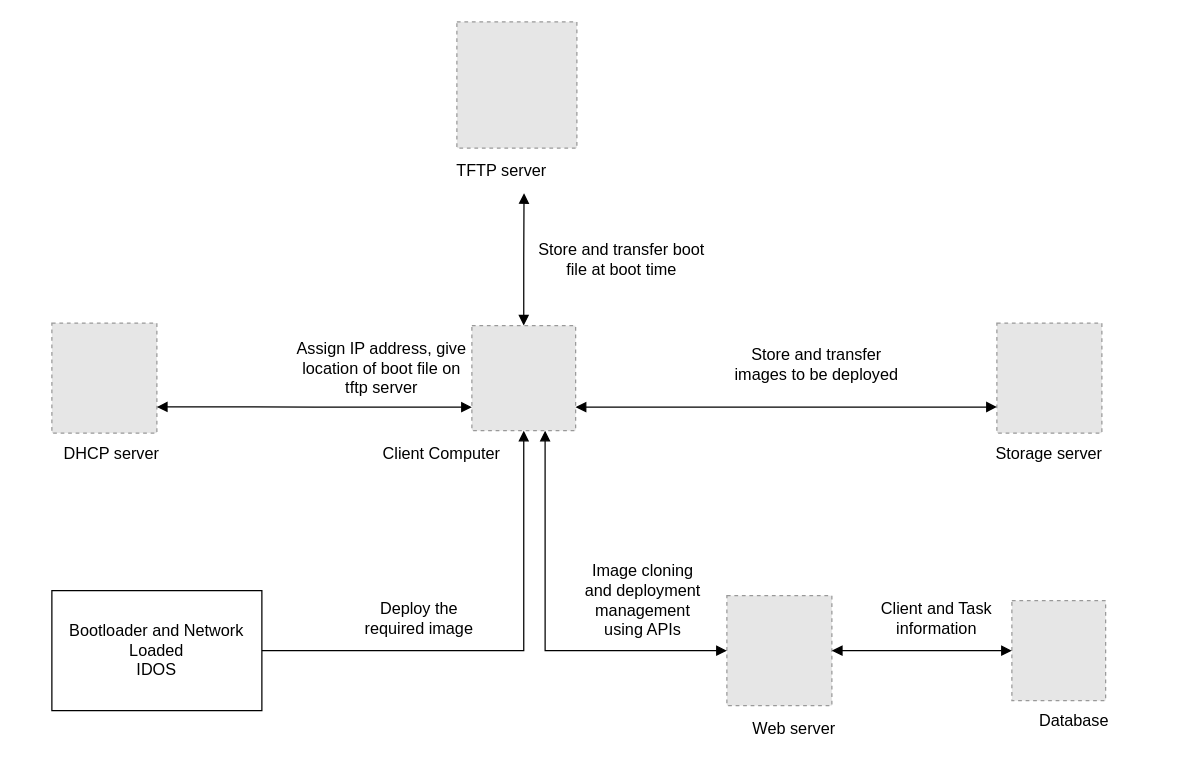
The draw.io diagram diagrams/Basic system architecture .drawio in abhi4578/Major-Project-report, before the edit. Source tidied: cells renumbered, new cells numbered last; positions are measured from the earlier drawing's top-left corner, leaving out a move shared by most shapes. Both pictures are drawn from the tidied source at 125%, with x=0, y=0 at pixel (21, 21). Pictures stored in the file or linked from it are replaced by grey dashed boxes.
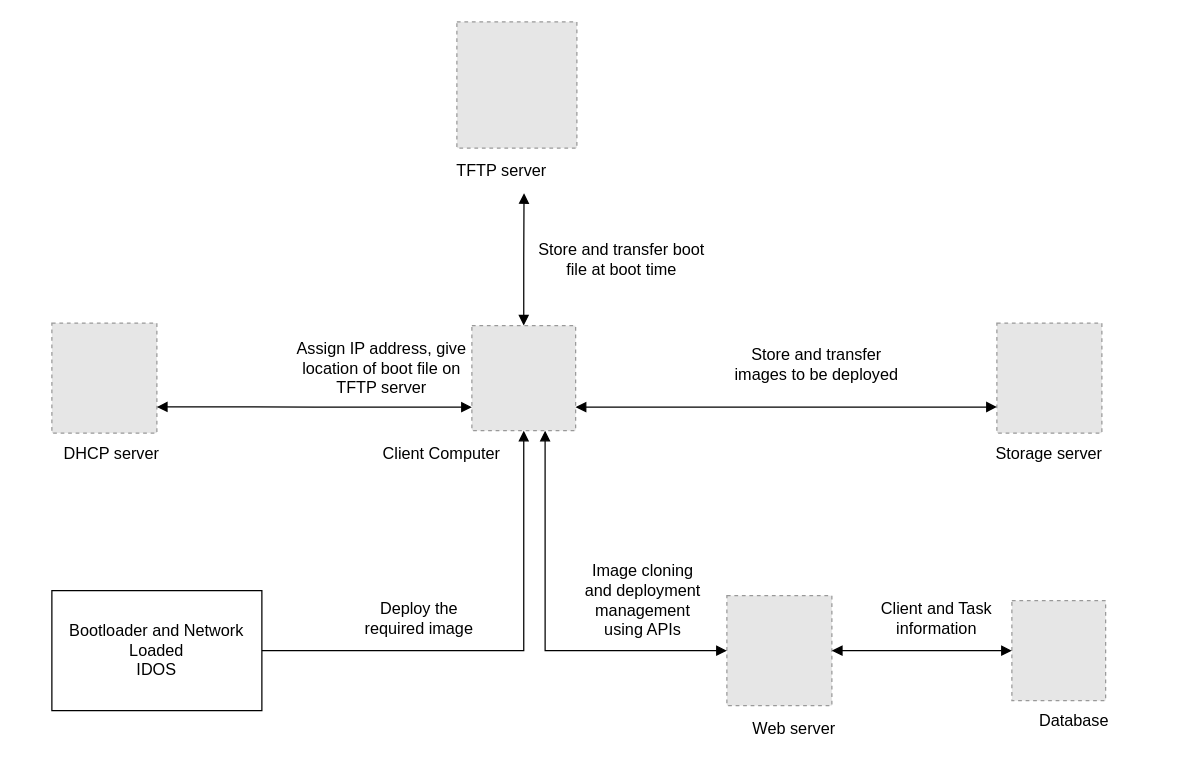
The same page after the edit.

Diff of the diagram source:
```diff
@@
-    <mxCell id="11" value="Assign IP address, give location of boot file on tftp server" style="html=1;whiteSpace=wrap;fontSize=13;fontColor=#000000;spacing=3;strokeOpacity=0;fillOpacity=0;fillColor=#ffffff;" parent="1" vertex="1">
+    <mxCell id="11" value="Assign IP address, give location of boot file on TFTP server" style="html=1;whiteSpace=wrap;fontSize=13;fontColor=#000000;spacing=3;strokeOpacity=0;fillOpacity=0;fillColor=#ffffff;" parent="1" vertex="1">
       <mxGeometry x="216" y="250" width="144" height="54" as="geometry" />
     </mxCell>
```
